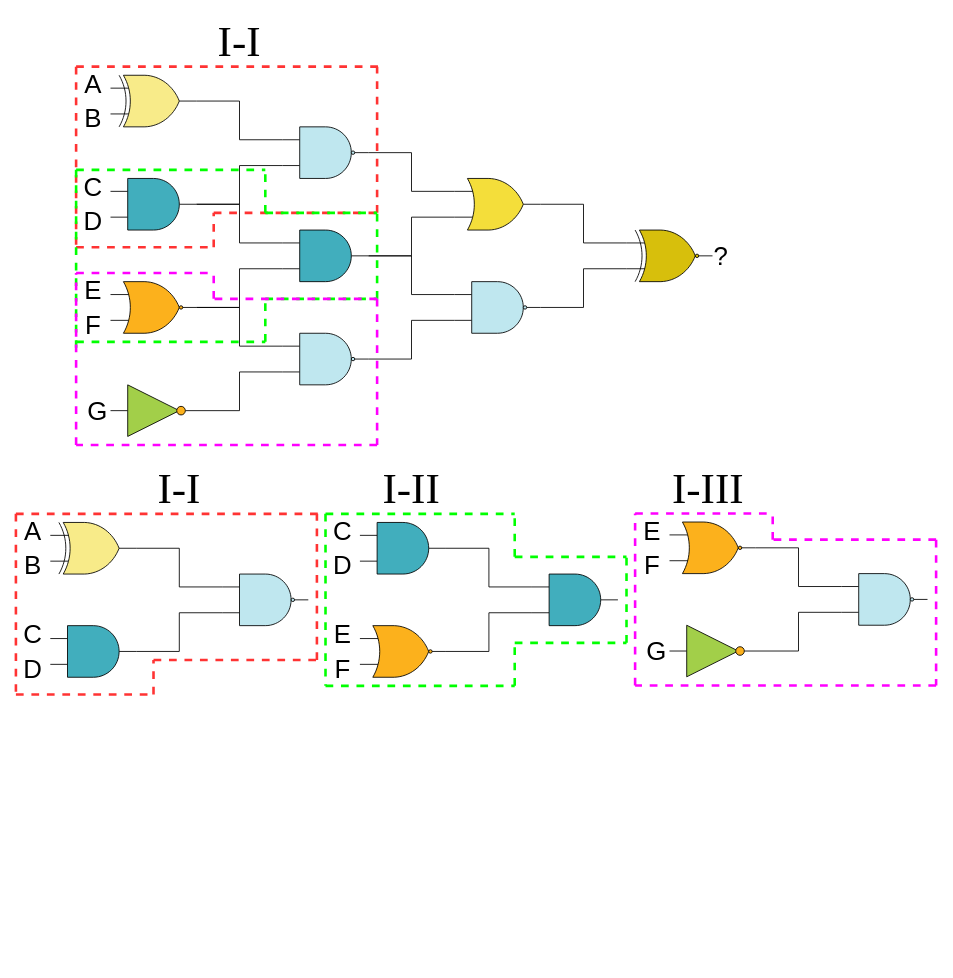
Earlier version of the draw.io diagram docs/drawings/AdvancedGatesEx-a.drawio (Legohead259/OCE4531-Material). Source tidied: cells renumbered, new cells numbered last; positions are measured from the earlier drawing's top-left corner, leaving out a move shared by most shapes. Both pictures are drawn from the tidied source at 86%, with x=0, y=0 at pixel (15, 32).
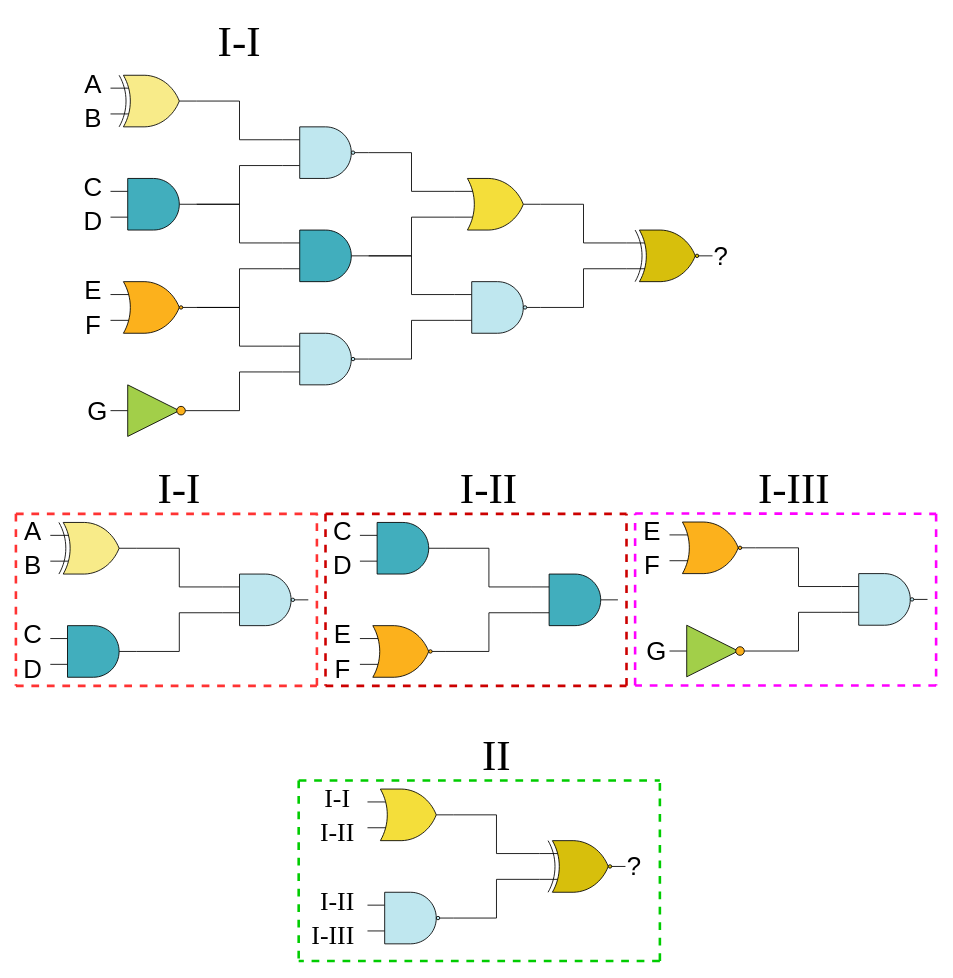
After the change.

What changed in the source:
```diff
@@
-    <mxCell id="34" style="endArrow=none;dashed=1;html=1;strokeWidth=3;strokeColor=#FF3333;" parent="1" edge="1">
-      <mxGeometry relative="1" as="geometry">
-        <mxPoint x="70" y="40" as="sourcePoint" />
-        <mxPoint x="430" y="40" as="targetPoint" />
-      </mxGeometry>
-    </mxCell>
-    <mxCell id="35" style="endArrow=none;dashed=1;html=1;strokeWidth=3;strokeColor=#FF3333;" parent="1" edge="1">
-      <mxGeometry relative="1" as="geometry">
-        <mxPoint x="420" y="210" as="sourcePoint" />
-        <mxPoint x="420" y="40" as="targetPoint" />
-      </mxGeometry>
-    </mxCell>
-    <mxCell id="36" style="endArrow=none;dashed=1;html=1;strokeWidth=3;strokeColor=#FF3333;" parent="1" edge="1">
-      <mxGeometry relative="1" as="geometry">
-        <mxPoint x="230" y="210" as="sourcePoint" />
-        <mxPoint x="420" y="210" as="targetPoint" />
-      </mxGeometry>
-    </mxCell>
-    <mxCell id="37" style="endArrow=none;dashed=1;html=1;strokeWidth=3;strokeColor=#FF3333;" parent="1" edge="1">
-      <mxGeometry relative="1" as="geometry">
-        <mxPoint x="230" y="250" as="sourcePoint" />
-        <mxPoint x="230" y="210" as="targetPoint" />
-      </mxGeometry>
-    </mxCell>
-    <mxCell id="38" style="endArrow=none;dashed=1;html=1;strokeWidth=3;strokeColor=#FF3333;" parent="1" edge="1">
-      <mxGeometry relative="1" as="geometry">
-        <mxPoint x="70" y="250" as="sourcePoint" />
-        <mxPoint x="230" y="250" as="targetPoint" />
-      </mxGeometry>
-    </mxCell>
-    <mxCell id="39" style="endArrow=none;dashed=1;html=1;strokeWidth=3;strokeColor=#FF3333;" parent="1" edge="1">
-      <mxGeometry relative="1" as="geometry">
-        <mxPoint x="70" y="40" as="sourcePoint" />
-        <mxPoint x="70" y="250" as="targetPoint" />
-      </mxGeometry>
-    </mxCell>
@@
-    <mxCell id="41" style="endArrow=none;dashed=1;html=1;strokeWidth=3;strokeColor=#00FF00;" parent="1" edge="1">
-      <mxGeometry relative="1" as="geometry">
-        <mxPoint x="70" y="160" as="sourcePoint" />
-        <mxPoint x="290" y="160" as="targetPoint" />
-      </mxGeometry>
-    </mxCell>
-    <mxCell id="42" style="endArrow=none;dashed=1;html=1;strokeWidth=3;strokeColor=#00FF00;" parent="1" edge="1">
-      <mxGeometry relative="1" as="geometry">
-        <mxPoint x="290" y="210" as="sourcePoint" />
-        <mxPoint x="290" y="160" as="targetPoint" />
-      </mxGeometry>
-    </mxCell>
-    <mxCell id="43" style="endArrow=none;dashed=1;html=1;strokeWidth=3;strokeColor=#00FF00;" parent="1" edge="1">
-      <mxGeometry relative="1" as="geometry">
-        <mxPoint x="420" y="310" as="sourcePoint" />
-        <mxPoint x="420" y="210" as="targetPoint" />
-      </mxGeometry>
-    </mxCell>
-    <mxCell id="44" style="endArrow=none;dashed=1;html=1;strokeWidth=3;strokeColor=#00FF00;" parent="1" edge="1">
-      <mxGeometry relative="1" as="geometry">
-        <mxPoint x="70" y="360" as="sourcePoint" />
-        <mxPoint x="290" y="360" as="targetPoint" />
-      </mxGeometry>
-    </mxCell>
-    <mxCell id="45" style="endArrow=none;dashed=1;html=1;strokeWidth=3;strokeColor=#00FF00;" parent="1" edge="1">
-      <mxGeometry relative="1" as="geometry">
-        <mxPoint x="70" y="160" as="sourcePoint" />
-        <mxPoint x="70" y="370" as="targetPoint" />
-      </mxGeometry>
-    </mxCell>
-    <mxCell id="46" style="endArrow=none;dashed=1;html=1;strokeWidth=3;strokeColor=#00FF00;" parent="1" edge="1">
-      <mxGeometry relative="1" as="geometry">
-        <mxPoint x="290" y="360" as="sourcePoint" />
-        <mxPoint x="290" y="310" as="targetPoint" />
-      </mxGeometry>
-    </mxCell>
-    <mxCell id="47" style="endArrow=none;dashed=1;html=1;strokeWidth=3;strokeColor=#00FF00;" parent="1" edge="1">
-      <mxGeometry relative="1" as="geometry">
-        <mxPoint x="290" y="310" as="sourcePoint" />
-        <mxPoint x="420" y="310" as="targetPoint" />
-      </mxGeometry>
-    </mxCell>
-    <mxCell id="48" style="endArrow=none;dashed=1;html=1;strokeWidth=3;strokeColor=#00FF00;" parent="1" edge="1">
-      <mxGeometry relative="1" as="geometry">
-        <mxPoint x="290" y="210" as="sourcePoint" />
-        <mxPoint x="420" y="210" as="targetPoint" />
-      </mxGeometry>
-    </mxCell>
-    <mxCell id="49" style="endArrow=none;dashed=1;html=1;strokeWidth=3;strokeColor=#FF00FF;" parent="1" edge="1">
-      <mxGeometry relative="1" as="geometry">
-        <mxPoint x="70" y="280" as="sourcePoint" />
-        <mxPoint x="230" y="280" as="targetPoint" />
-      </mxGeometry>
-    </mxCell>
-    <mxCell id="50" style="endArrow=none;dashed=1;html=1;strokeWidth=3;strokeColor=#FF00FF;" parent="1" edge="1">
-      <mxGeometry relative="1" as="geometry">
-        <mxPoint x="230" y="310" as="sourcePoint" />
-        <mxPoint x="230" y="280" as="targetPoint" />
-      </mxGeometry>
-    </mxCell>
-    <mxCell id="51" style="endArrow=none;dashed=1;html=1;strokeWidth=3;strokeColor=#FF00FF;" parent="1" edge="1">
-      <mxGeometry relative="1" as="geometry">
-        <mxPoint x="420" y="310" as="sourcePoint" />
-        <mxPoint x="230" y="310" as="targetPoint" />
-      </mxGeometry>
-    </mxCell>
-    <mxCell id="52" style="endArrow=none;dashed=1;html=1;strokeWidth=3;strokeColor=#FF00FF;" parent="1" edge="1">
-      <mxGeometry relative="1" as="geometry">
-        <mxPoint x="420" y="310" as="sourcePoint" />
-        <mxPoint x="420" y="480" as="targetPoint" />
-      </mxGeometry>
-    </mxCell>
-    <mxCell id="53" style="endArrow=none;dashed=1;html=1;strokeWidth=3;strokeColor=#FF00FF;" parent="1" edge="1">
-      <mxGeometry relative="1" as="geometry">
-        <mxPoint x="420" y="480" as="sourcePoint" />
-        <mxPoint x="70" y="480" as="targetPoint" />
-      </mxGeometry>
-    </mxCell>
-    <mxCell id="54" style="endArrow=none;dashed=1;html=1;strokeWidth=3;strokeColor=#FF00FF;" parent="1" edge="1">
-      <mxGeometry relative="1" as="geometry">
-        <mxPoint x="70" y="480" as="sourcePoint" />
-        <mxPoint x="70" y="280" as="targetPoint" />
-      </mxGeometry>
-    </mxCell>
@@
-    <mxCell id="64" style="endArrow=none;dashed=1;html=1;strokeWidth=3;strokeColor=#00FF00;" parent="1" edge="1">
+    <mxCell id="64" style="endArrow=none;dashed=1;html=1;strokeWidth=3;strokeColor=#CC0000;" parent="1" edge="1">
       <mxGeometry relative="1" as="geometry">
         <mxPoint x="360" y="560" as="sourcePoint" />
-        <mxPoint x="580" y="560" as="targetPoint" />
+        <mxPoint x="710" y="560" as="targetPoint" />
       </mxGeometry>
     </mxCell>
-    <mxCell id="65" style="endArrow=none;dashed=1;html=1;strokeWidth=3;strokeColor=#00FF00;" parent="1" edge="1">
-      <mxGeometry relative="1" as="geometry">
-        <mxPoint x="580" y="610" as="sourcePoint" />
-        <mxPoint x="580" y="560" as="targetPoint" />
-      </mxGeometry>
-    </mxCell>
-    <mxCell id="66" style="endArrow=none;dashed=1;html=1;strokeWidth=3;strokeColor=#00FF00;" parent="1" edge="1">
+    <mxCell id="66" style="endArrow=none;dashed=1;html=1;strokeWidth=3;strokeColor=#CC0000;" parent="1" edge="1">
       <mxGeometry relative="1" as="geometry">
-        <mxPoint x="710" y="710" as="sourcePoint" />
-        <mxPoint x="710" y="610" as="targetPoint" />
+        <mxPoint x="710" y="760" as="sourcePoint" />
+        <mxPoint x="710" y="560" as="targetPoint" />
       </mxGeometry>
     </mxCell>
-    <mxCell id="67" style="endArrow=none;dashed=1;html=1;strokeWidth=3;strokeColor=#00FF00;" parent="1" edge="1">
+    <mxCell id="67" style="endArrow=none;dashed=1;html=1;strokeWidth=3;strokeColor=#CC0000;" parent="1" edge="1">
       <mxGeometry relative="1" as="geometry">
         <mxPoint x="360" y="760" as="sourcePoint" />
-        <mxPoint x="580" y="760" as="targetPoint" />
+        <mxPoint x="710" y="760" as="targetPoint" />
       </mxGeometry>
     </mxCell>
-    <mxCell id="68" style="endArrow=none;dashed=1;html=1;strokeWidth=3;strokeColor=#00FF00;" parent="1" edge="1">
+    <mxCell id="68" style="endArrow=none;dashed=1;html=1;strokeWidth=3;strokeColor=#CC0000;" parent="1" edge="1">
       <mxGeometry relative="1" as="geometry">
         <mxPoint x="360" y="560" as="sourcePoint" />
         <mxPoint x="360" y="760" as="targetPoint" />
       </mxGeometry>
     </mxCell>
-    <mxCell id="69" style="endArrow=none;dashed=1;html=1;strokeWidth=3;strokeColor=#00FF00;" parent="1" edge="1">
-      <mxGeometry relative="1" as="geometry">
-        <mxPoint x="580" y="760" as="sourcePoint" />
-        <mxPoint x="580" y="710" as="targetPoint" />
-      </mxGeometry>
-    </mxCell>
-    <mxCell id="70" style="endArrow=none;dashed=1;html=1;strokeWidth=3;strokeColor=#00FF00;" parent="1" edge="1">
-      <mxGeometry relative="1" as="geometry">
-        <mxPoint x="580" y="710" as="sourcePoint" />
-        <mxPoint x="710" y="710" as="targetPoint" />
-      </mxGeometry>
-    </mxCell>
-    <mxCell id="71" style="endArrow=none;dashed=1;html=1;strokeWidth=3;strokeColor=#00FF00;" parent="1" edge="1">
-      <mxGeometry relative="1" as="geometry">
-        <mxPoint x="580" y="610" as="sourcePoint" />
-        <mxPoint x="710" y="610" as="targetPoint" />
-      </mxGeometry>
-    </mxCell>
     <mxCell id="72" value="&lt;font style=&quot;font-size: 50px&quot; face=&quot;Times New Roman&quot;&gt;I-II&lt;/font&gt;" style="text;html=1;strokeColor=none;fillColor=none;align=center;verticalAlign=middle;whiteSpace=wrap;rounded=0;dashed=1;" parent="1" vertex="1">
-      <mxGeometry x="420" y="520" width="80" height="20" as="geometry" />
+      <mxGeometry x="510" y="520" width="80" height="20" as="geometry" />
     </mxCell>
@@
-    <mxCell id="83" style="endArrow=none;dashed=1;html=1;strokeWidth=3;strokeColor=#FF3333;" parent="1" edge="1">
-      <mxGeometry relative="1" as="geometry">
-        <mxPoint x="350" y="730" as="sourcePoint" />
-        <mxPoint x="350" y="560" as="targetPoint" />
-      </mxGeometry>
-    </mxCell>
     <mxCell id="84" style="endArrow=none;dashed=1;html=1;strokeWidth=3;strokeColor=#FF3333;" parent="1" edge="1">
       <mxGeometry relative="1" as="geometry">
-        <mxPoint x="160" y="730" as="sourcePoint" />
-        <mxPoint x="350" y="730" as="targetPoint" />
+        <mxPoint x="350" y="760" as="sourcePoint" />
+        <mxPoint x="350" y="560" as="targetPoint" />
       </mxGeometry>
     </mxCell>
-    <mxCell id="85" style="endArrow=none;dashed=1;html=1;strokeWidth=3;strokeColor=#FF3333;" parent="1" edge="1">
-      <mxGeometry relative="1" as="geometry">
-        <mxPoint x="160" y="770" as="sourcePoint" />
-        <mxPoint x="160" y="730" as="targetPoint" />
-      </mxGeometry>
-    </mxCell>
     <mxCell id="86" style="endArrow=none;dashed=1;html=1;strokeWidth=3;strokeColor=#FF3333;" parent="1" edge="1">
       <mxGeometry relative="1" as="geometry">
-        <mxPoint y="770" as="sourcePoint" />
-        <mxPoint x="160" y="770" as="targetPoint" />
+        <mxPoint y="760" as="sourcePoint" />
+        <mxPoint x="350" y="760" as="targetPoint" />
       </mxGeometry>
     </mxCell>
     <mxCell id="87" style="endArrow=none;dashed=1;html=1;strokeWidth=3;strokeColor=#FF3333;" parent="1" edge="1">
       <mxGeometry relative="1" as="geometry">
         <mxPoint y="560" as="sourcePoint" />
-        <mxPoint y="770" as="targetPoint" />
+        <mxPoint y="760" as="targetPoint" />
       </mxGeometry>
     </mxCell>
@@
     <mxCell id="99" style="endArrow=none;dashed=1;html=1;strokeWidth=3;strokeColor=#FF00FF;" parent="1" edge="1">
       <mxGeometry relative="1" as="geometry">
         <mxPoint x="720" y="559.5" as="sourcePoint" />
-        <mxPoint x="880" y="559.5" as="targetPoint" />
+        <mxPoint x="1070" y="560" as="targetPoint" />
       </mxGeometry>
     </mxCell>
-    <mxCell id="100" style="endArrow=none;dashed=1;html=1;strokeWidth=3;strokeColor=#FF00FF;" parent="1" edge="1">
-      <mxGeometry relative="1" as="geometry">
-        <mxPoint x="880" y="590" as="sourcePoint" />
-        <mxPoint x="880" y="559.5" as="targetPoint" />
-      </mxGeometry>
-    </mxCell>
-    <mxCell id="101" style="endArrow=none;dashed=1;html=1;strokeWidth=3;strokeColor=#FF00FF;" parent="1" edge="1">
-      <mxGeometry relative="1" as="geometry">
-        <mxPoint x="1070" y="590" as="sourcePoint" />
-        <mxPoint x="880" y="590" as="targetPoint" />
-      </mxGeometry>
-    </mxCell>
     <mxCell id="102" style="endArrow=none;dashed=1;html=1;strokeWidth=3;strokeColor=#FF00FF;" parent="1" edge="1">
       <mxGeometry relative="1" as="geometry">
-        <mxPoint x="1070" y="590" as="sourcePoint" />
+        <mxPoint x="1070" y="560" as="sourcePoint" />
         <mxPoint x="1070" y="759.5" as="targetPoint" />
       </mxGeometry>
     </mxCell>
@@
     <mxCell id="105" value="&lt;font style=&quot;font-size: 50px&quot; face=&quot;Times New Roman&quot;&gt;I-III&lt;/font&gt;" style="text;html=1;strokeColor=none;fillColor=none;align=center;verticalAlign=middle;whiteSpace=wrap;rounded=0;dashed=1;" parent="1" vertex="1">
-      <mxGeometry x="760" y="520" width="90" height="20" as="geometry" />
+      <mxGeometry x="860" y="520" width="90" height="20" as="geometry" />
     </mxCell>
+    <mxCell id="106" style="edgeStyle=orthogonalEdgeStyle;rounded=0;jettySize=auto;html=1;exitX=1;exitY=0.5;exitDx=0;exitDy=0;exitPerimeter=0;entryX=0;entryY=0.25;entryDx=0;entryDy=0;entryPerimeter=0;endArrow=none;endFill=0;" parent="1" edge="1" source="107" target="109">
+      <mxGeometry relative="1" as="geometry" />
+    </mxCell>
+    <mxCell id="107" style="verticalLabelPosition=bottom;shadow=0;dashed=0;align=center;html=1;verticalAlign=top;shape=mxgraph.electrical.logic_gates.logic_gate;operation=or;fillColor=#F4DE3A;" parent="1" vertex="1">
+      <mxGeometry x="408.8" y="880" width="100" height="60" as="geometry" />
+    </mxCell>
+    <mxCell id="108" style="edgeStyle=orthogonalEdgeStyle;rounded=0;jettySize=auto;html=1;exitX=0;exitY=0.75;exitDx=0;exitDy=0;exitPerimeter=0;entryX=1;entryY=0.5;entryDx=0;entryDy=0;entryPerimeter=0;endArrow=none;endFill=0;" parent="1" edge="1" source="109" target="110">
+      <mxGeometry relative="1" as="geometry" />
+    </mxCell>
+    <mxCell id="109" style="verticalLabelPosition=bottom;shadow=0;dashed=0;align=center;html=1;verticalAlign=top;shape=mxgraph.electrical.logic_gates.logic_gate;operation=xor;negating=1;fillColor=#D7BF0C;" parent="1" vertex="1">
+      <mxGeometry x="608.8" y="940" width="100" height="60" as="geometry" />
+    </mxCell>
+    <mxCell id="110" style="verticalLabelPosition=bottom;shadow=0;dashed=0;align=center;html=1;verticalAlign=top;shape=mxgraph.electrical.logic_gates.logic_gate;operation=and;negating=1;fillColor=#BFE7EF;" parent="1" vertex="1">
+      <mxGeometry x="408.8" y="1000" width="100" height="60" as="geometry" />
+    </mxCell>
+    <mxCell id="111" value="&lt;font style=&quot;font-size: 30px&quot;&gt;?&lt;/font&gt;" style="text;html=1;strokeColor=none;fillColor=none;align=center;verticalAlign=middle;whiteSpace=wrap;rounded=0;" parent="1" vertex="1">
+      <mxGeometry x="708.8" y="960" width="20" height="20" as="geometry" />
+    </mxCell>
+    <mxCell id="112" style="endArrow=none;dashed=1;html=1;strokeWidth=3;strokeColor=#00CC00;" parent="1" edge="1">
+      <mxGeometry relative="1" as="geometry">
+        <mxPoint x="328.8" y="870" as="sourcePoint" />
+        <mxPoint x="748.8" y="870" as="targetPoint" />
+      </mxGeometry>
+    </mxCell>
+    <mxCell id="113" value="&lt;font style=&quot;font-size: 30px&quot;&gt;I-I&lt;/font&gt;" style="text;html=1;strokeColor=none;fillColor=none;align=center;verticalAlign=middle;whiteSpace=wrap;rounded=0;fontFamily=Times New Roman;" parent="1" vertex="1">
+      <mxGeometry x="348.8" y="880" width="50" height="20" as="geometry" />
+    </mxCell>
+    <mxCell id="114" value="&lt;font style=&quot;font-size: 30px&quot;&gt;I-II&lt;/font&gt;" style="text;html=1;strokeColor=none;fillColor=none;align=center;verticalAlign=middle;whiteSpace=wrap;rounded=0;fontFamily=Times New Roman;" parent="1" vertex="1">
+      <mxGeometry x="348.8" y="920" width="50" height="20" as="geometry" />
+    </mxCell>
+    <mxCell id="115" value="&lt;font style=&quot;font-size: 30px&quot;&gt;I-II&lt;/font&gt;" style="text;html=1;strokeColor=none;fillColor=none;align=center;verticalAlign=middle;whiteSpace=wrap;rounded=0;fontFamily=Times New Roman;" parent="1" vertex="1">
+      <mxGeometry x="348.8" y="1000" width="50" height="20" as="geometry" />
+    </mxCell>
+    <mxCell id="116" value="&lt;font style=&quot;font-size: 30px&quot;&gt;I-III&lt;/font&gt;" style="text;html=1;strokeColor=none;fillColor=none;align=center;verticalAlign=middle;whiteSpace=wrap;rounded=0;fontFamily=Times New Roman;" parent="1" vertex="1">
+      <mxGeometry x="338.8" y="1040" width="60" height="20" as="geometry" />
+    </mxCell>
+    <mxCell id="117" style="endArrow=none;dashed=1;html=1;strokeWidth=3;strokeColor=#00CC00;" parent="1" edge="1">
+      <mxGeometry relative="1" as="geometry">
+        <mxPoint x="748.8" y="1080" as="sourcePoint" />
+        <mxPoint x="748.8" y="870" as="targetPoint" />
+      </mxGeometry>
+    </mxCell>
+    <mxCell id="118" style="endArrow=none;dashed=1;html=1;strokeWidth=3;strokeColor=#00CC00;" parent="1" edge="1">
+      <mxGeometry relative="1" as="geometry">
+        <mxPoint x="748.8" y="1080" as="sourcePoint" />
+        <mxPoint x="328.8" y="1080" as="targetPoint" />
+      </mxGeometry>
+    </mxCell>
+    <mxCell id="119" style="endArrow=none;dashed=1;html=1;strokeWidth=3;strokeColor=#00CC00;" parent="1" edge="1">
+      <mxGeometry relative="1" as="geometry">
+        <mxPoint x="328.8" y="870" as="sourcePoint" />
+        <mxPoint x="328.8" y="1080" as="targetPoint" />
+      </mxGeometry>
+    </mxCell>
+    <mxCell id="120" value="&lt;font style=&quot;font-size: 50px&quot; face=&quot;Times New Roman&quot;&gt;II&lt;/font&gt;" style="text;html=1;strokeColor=none;fillColor=none;align=center;verticalAlign=middle;whiteSpace=wrap;rounded=0;dashed=1;" parent="1" vertex="1">
+      <mxGeometry x="518.8" y="830" width="80" height="20" as="geometry" />
+    </mxCell>
```
